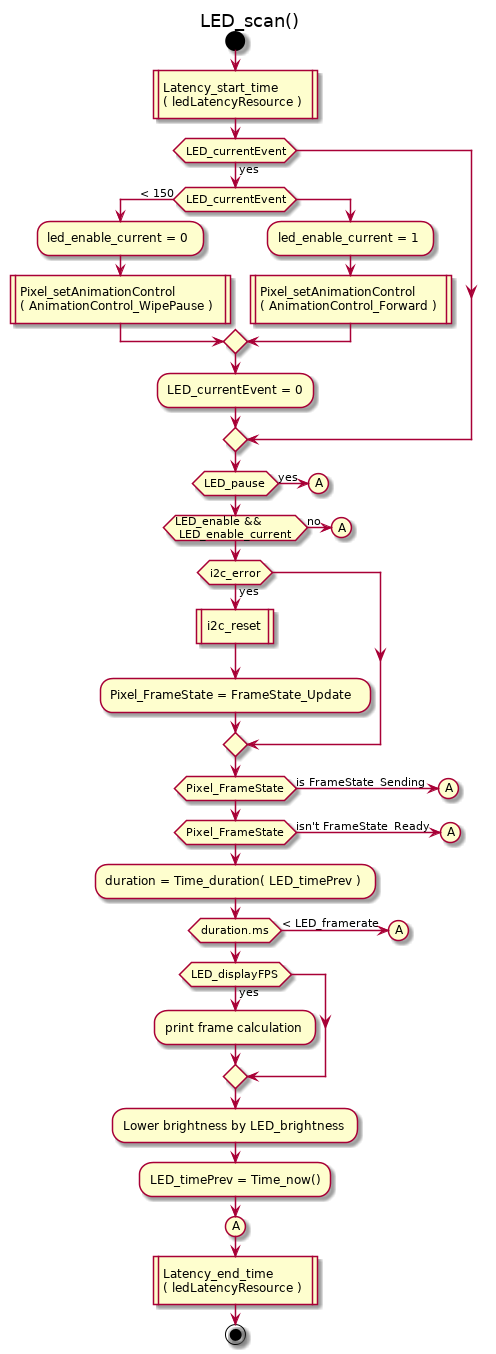
Earlier version of the PlantUML export doc/uml/LED_scan.png (kluelogic/controller).
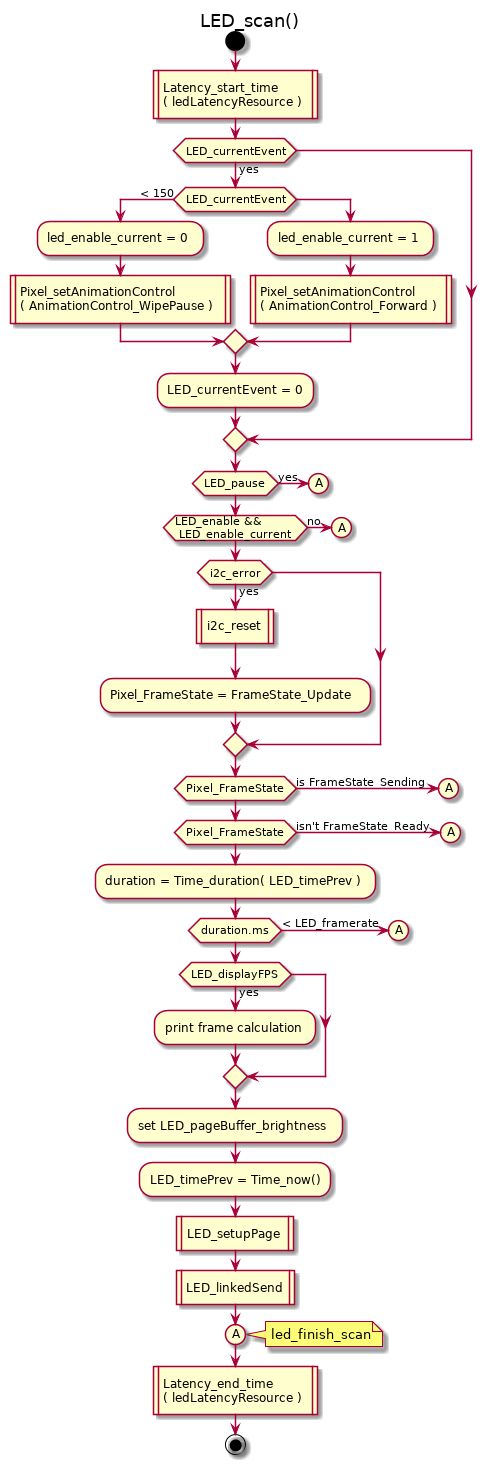
Later version of the same file.

The edit, as a diff of the source:
```diff
@@ -49,10 +49,15 @@
  :print frame calculation;
 endif
 
-:Lower brightness by LED_brightness;
+:set LED_pageBuffer_brightness;
 :LED_timePrev = Time_now();
+:LED_setupPage|
+:LED_linkedSend|
 
 (A)
+note right
+ led_finish_scan
+end note
 :Latency_end_time\n( ledLatencyResource )|
 stop
 @enduml
```
